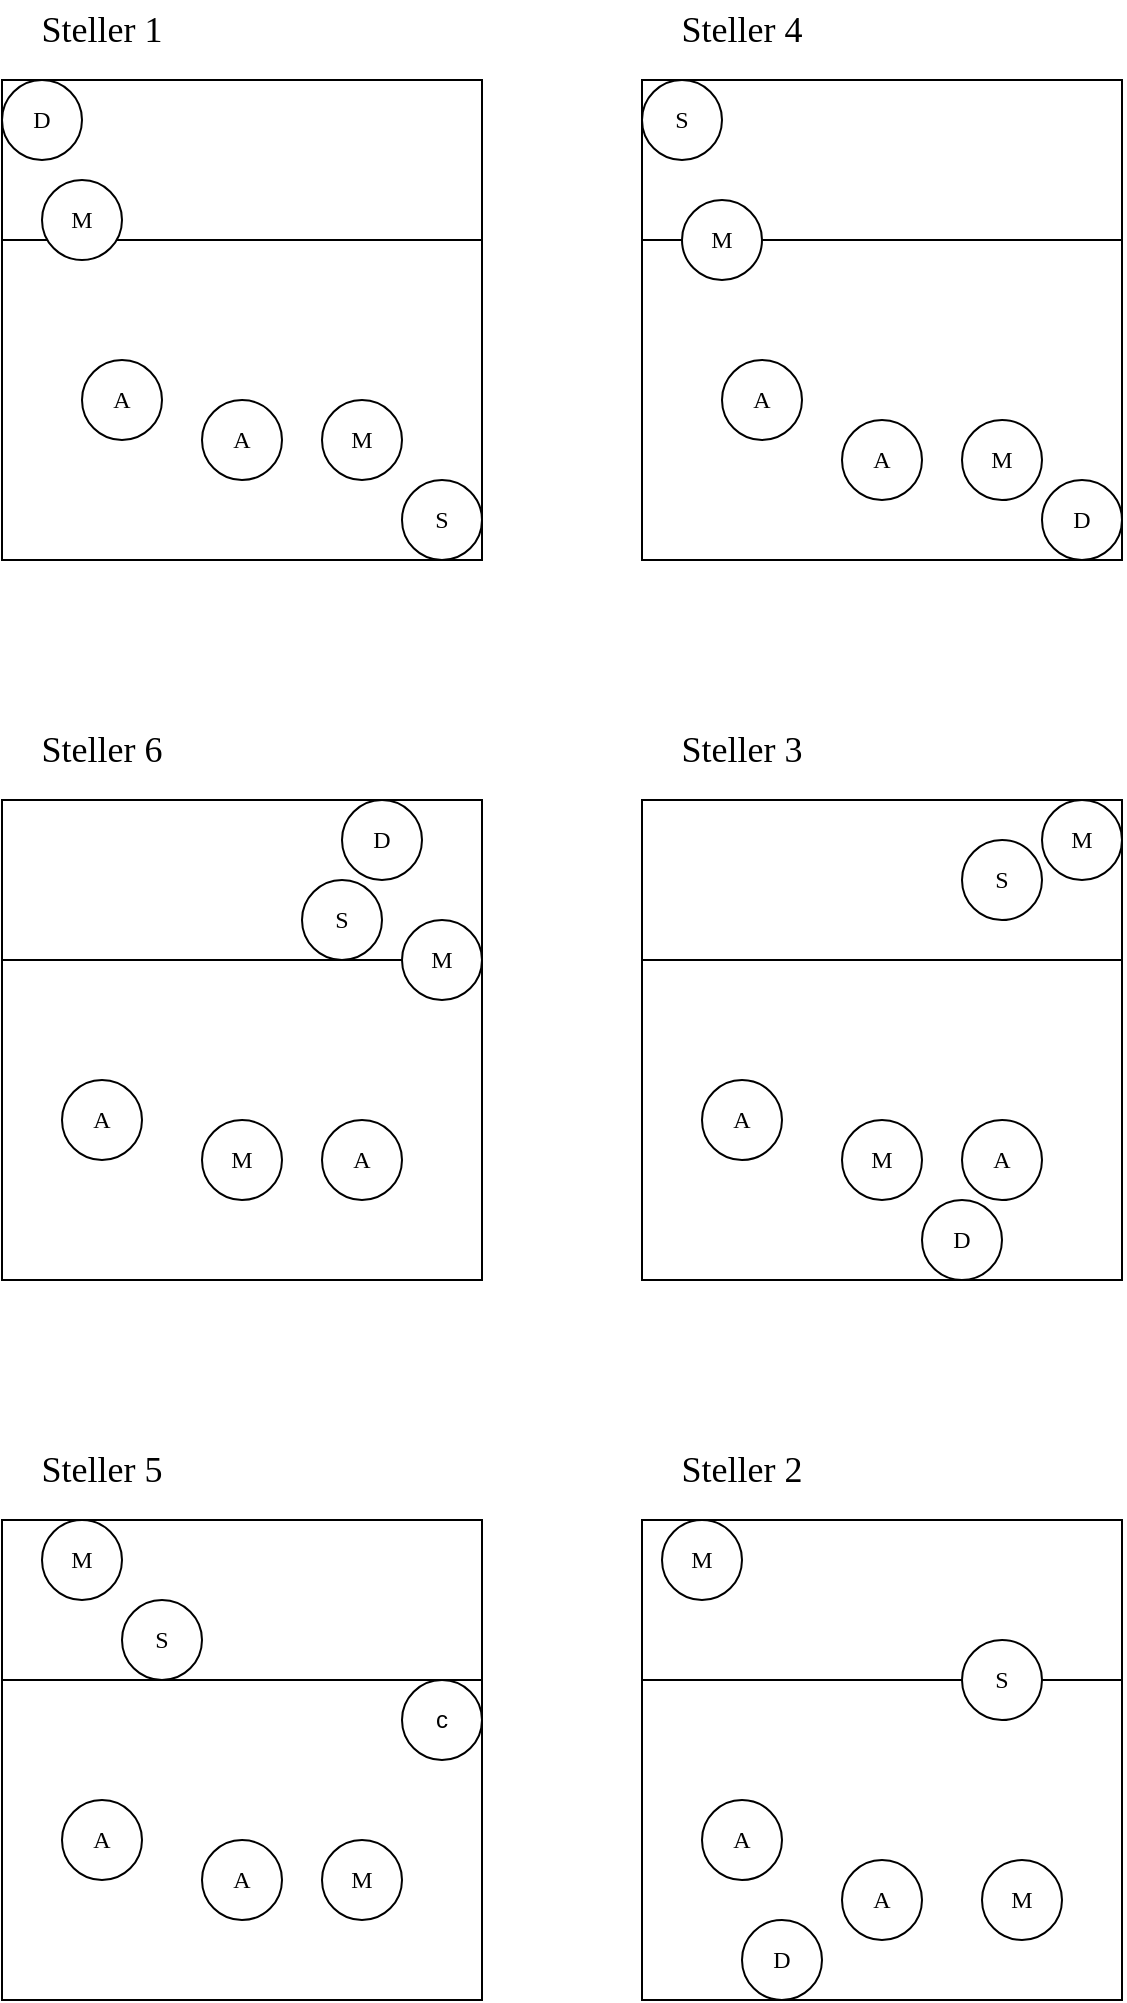
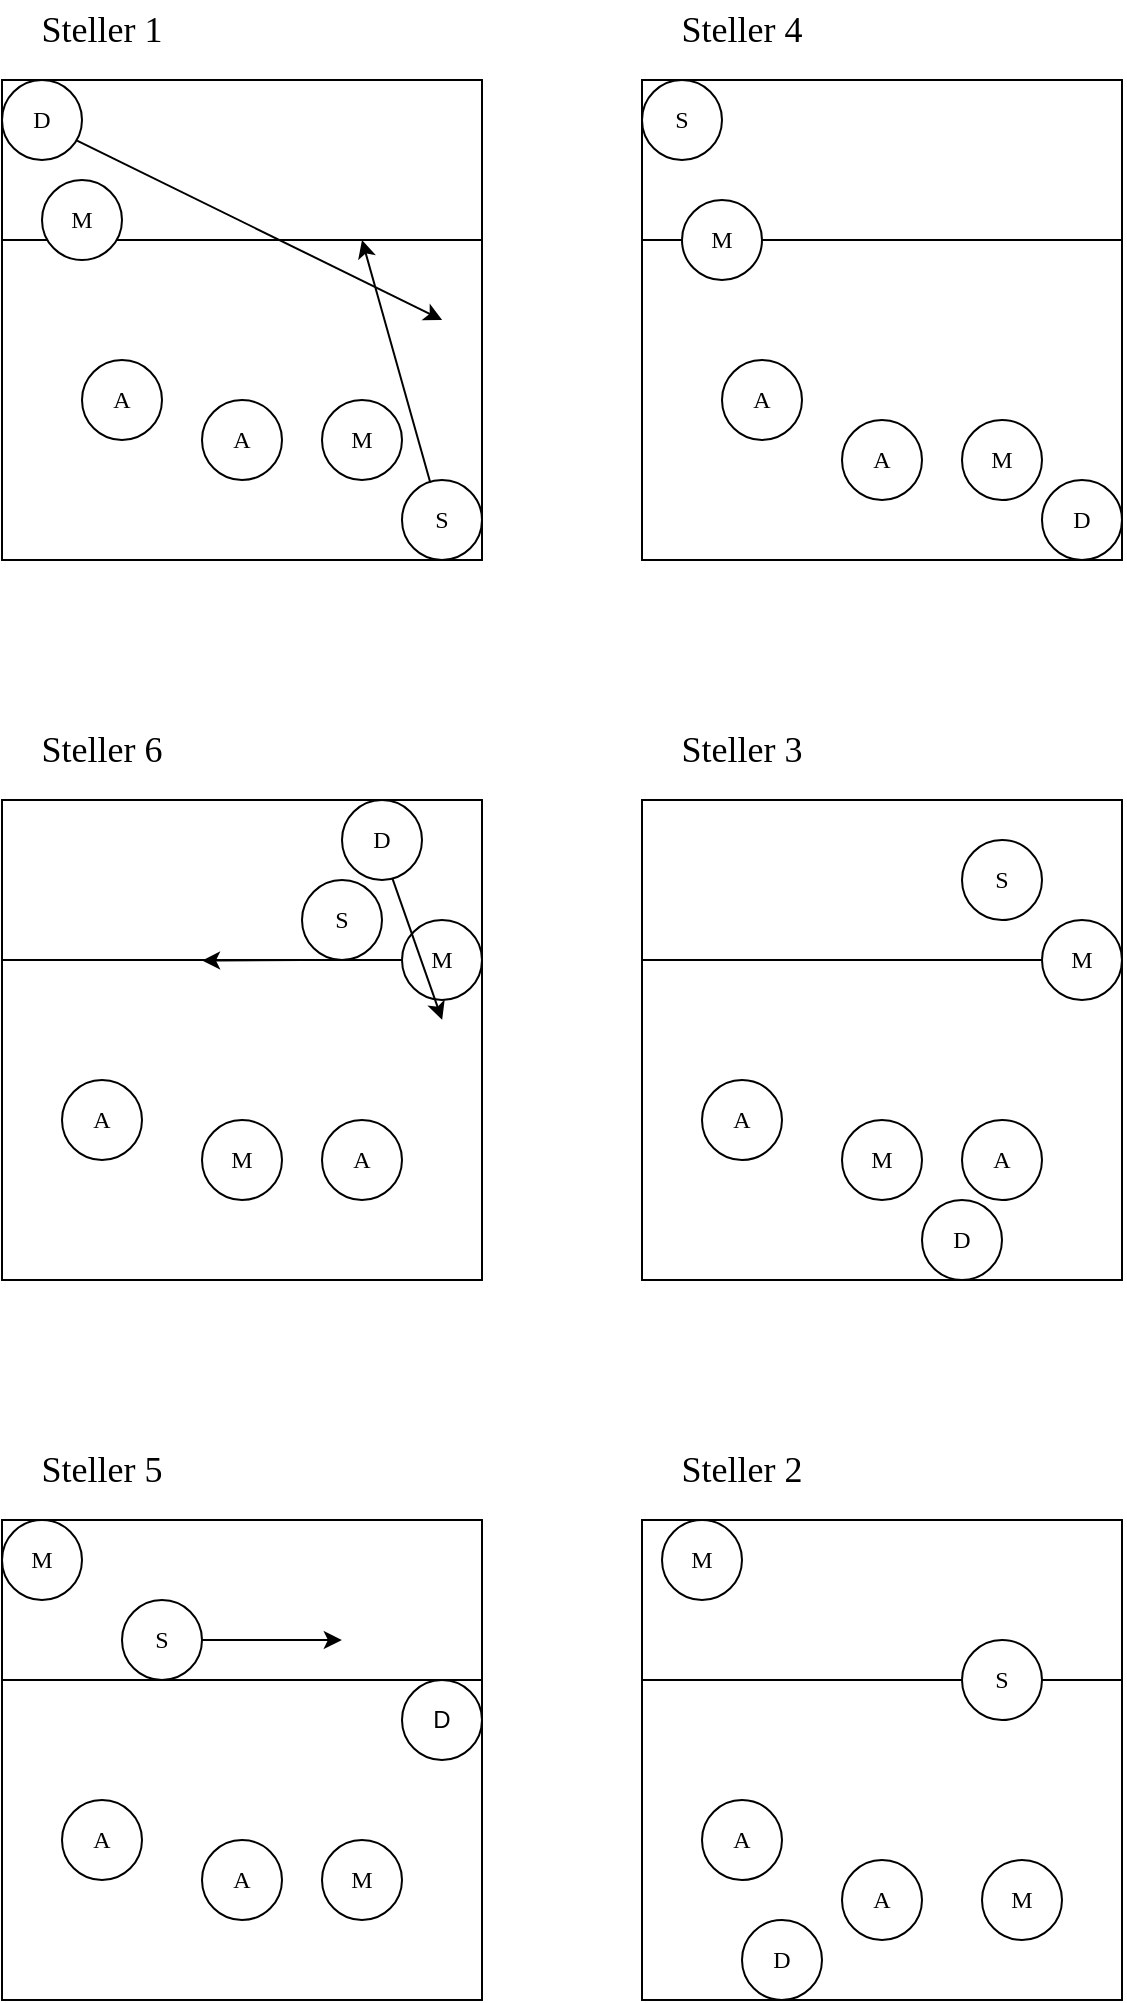
<mxfile host="app.diagrams.net">
  <diagram name="Page-1" id="OZOCQDVCYjE2PKczYgdL">
-     <mxGraphModel dx="1885" dy="1025" grid="1" gridSize="10" guides="1" tooltips="1" connect="1" arrows="1" fold="1" page="1" pageScale="1" pageWidth="827" pageHeight="1169" math="0" shadow="0">
+     <mxGraphModel dx="1230" dy="669" grid="1" gridSize="10" guides="1" tooltips="1" connect="1" arrows="1" fold="1" page="1" pageScale="1" pageWidth="827" pageHeight="1169" math="0" shadow="0">
      <root>
        <mxCell id="0" />
        <mxCell id="1" parent="0" />
        <mxCell id="zb2oqQAUZKD-O9AmmNM2-22" connectable="0" parent="1" style="group" value="" vertex="1">
          <mxGeometry height="280" width="240" x="120" y="80" as="geometry" />
        </mxCell>
        <mxCell id="zb2oqQAUZKD-O9AmmNM2-3" connectable="0" parent="zb2oqQAUZKD-O9AmmNM2-22" style="group" value="" vertex="1">
          <mxGeometry height="240" width="240" y="40" as="geometry" />
        </mxCell>
        <mxCell id="zb2oqQAUZKD-O9AmmNM2-1" parent="zb2oqQAUZKD-O9AmmNM2-3" style="rounded=0;whiteSpace=wrap;html=1;" value="" vertex="1">
          <mxGeometry height="240" width="240" as="geometry" />
        </mxCell>
        <mxCell id="zb2oqQAUZKD-O9AmmNM2-2" edge="1" parent="zb2oqQAUZKD-O9AmmNM2-3" style="endArrow=none;html=1;rounded=0;" value="">
          <mxGeometry height="50" relative="1" width="50" as="geometry">
            <mxPoint y="80" as="sourcePoint" />
            <mxPoint x="240" y="80" as="targetPoint" />
          </mxGeometry>
        </mxCell>
        <mxCell id="zb2oqQAUZKD-O9AmmNM2-33" parent="zb2oqQAUZKD-O9AmmNM2-3" style="ellipse;whiteSpace=wrap;html=1;aspect=fixed;" value="&lt;font face=&quot;Fira Code&quot;&gt;S&lt;/font&gt;" vertex="1">
          <mxGeometry height="40" width="40" x="200" y="200" as="geometry" />
        </mxCell>
+         <mxCell id="AQSm3BmQBUWCDuCb71Ed-35" edge="1" parent="zb2oqQAUZKD-O9AmmNM2-3" source="zb2oqQAUZKD-O9AmmNM2-34" style="rounded=0;orthogonalLoop=1;jettySize=auto;html=1;exitX=0.938;exitY=0.757;exitDx=0;exitDy=0;entryX=0.917;entryY=0.5;entryDx=0;entryDy=0;entryPerimeter=0;strokeColor=light-dark(#000000,#97D077);exitPerimeter=0;" target="zb2oqQAUZKD-O9AmmNM2-1">
+           <mxGeometry relative="1" as="geometry">
+             <mxPoint x="220" y="80" as="targetPoint" />
+           </mxGeometry>
+         </mxCell>
        <mxCell id="zb2oqQAUZKD-O9AmmNM2-34" parent="zb2oqQAUZKD-O9AmmNM2-3" style="ellipse;whiteSpace=wrap;html=1;aspect=fixed;" value="&lt;font face=&quot;Fira Code&quot;&gt;D&lt;/font&gt;" vertex="1">
          <mxGeometry height="40" width="40" as="geometry" />
        </mxCell>
        <mxCell id="zb2oqQAUZKD-O9AmmNM2-38" parent="zb2oqQAUZKD-O9AmmNM2-3" style="ellipse;whiteSpace=wrap;html=1;aspect=fixed;" value="&lt;font face=&quot;Fira Code&quot;&gt;M&lt;/font&gt;" vertex="1">
          <mxGeometry height="40" width="40" x="20" y="50" as="geometry" />
        </mxCell>
        <mxCell id="zb2oqQAUZKD-O9AmmNM2-35" parent="zb2oqQAUZKD-O9AmmNM2-3" style="ellipse;whiteSpace=wrap;html=1;aspect=fixed;" value="&lt;font face=&quot;Fira Code&quot;&gt;A&lt;/font&gt;" vertex="1">
          <mxGeometry height="40" width="40" x="40" y="140" as="geometry" />
        </mxCell>
        <mxCell id="zb2oqQAUZKD-O9AmmNM2-40" parent="zb2oqQAUZKD-O9AmmNM2-3" style="ellipse;whiteSpace=wrap;html=1;aspect=fixed;" value="&lt;font face=&quot;Fira Code&quot;&gt;A&lt;/font&gt;" vertex="1">
          <mxGeometry height="40" width="40" x="100" y="160" as="geometry" />
        </mxCell>
        <mxCell id="zb2oqQAUZKD-O9AmmNM2-41" parent="zb2oqQAUZKD-O9AmmNM2-3" style="ellipse;whiteSpace=wrap;html=1;aspect=fixed;" value="&lt;font face=&quot;Fira Code&quot;&gt;M&lt;/font&gt;" vertex="1">
          <mxGeometry height="40" width="40" x="160" y="160" as="geometry" />
        </mxCell>
        <mxCell id="zb2oqQAUZKD-O9AmmNM2-21" parent="zb2oqQAUZKD-O9AmmNM2-22" style="text;html=1;whiteSpace=wrap;strokeColor=none;fillColor=none;align=center;verticalAlign=middle;rounded=0;" value="&lt;font face=&quot;Fira Code&quot; style=&quot;font-size: 18px;&quot;&gt;Steller 1&lt;/font&gt;" vertex="1">
          <mxGeometry height="30" width="100" as="geometry" />
        </mxCell>
        <mxCell id="zb2oqQAUZKD-O9AmmNM2-24" connectable="0" parent="1" style="group" value="" vertex="1">
          <mxGeometry height="280" width="240" x="120" y="440" as="geometry" />
        </mxCell>
        <mxCell id="zb2oqQAUZKD-O9AmmNM2-4" connectable="0" parent="zb2oqQAUZKD-O9AmmNM2-24" style="group" value="" vertex="1">
          <mxGeometry height="240" width="240" y="40" as="geometry" />
        </mxCell>
        <mxCell id="zb2oqQAUZKD-O9AmmNM2-5" parent="zb2oqQAUZKD-O9AmmNM2-4" style="rounded=0;whiteSpace=wrap;html=1;" value="" vertex="1">
          <mxGeometry height="240" width="240" as="geometry" />
        </mxCell>
        <mxCell id="zb2oqQAUZKD-O9AmmNM2-6" edge="1" parent="zb2oqQAUZKD-O9AmmNM2-4" style="endArrow=none;html=1;rounded=0;" value="">
          <mxGeometry height="50" relative="1" width="50" as="geometry">
            <mxPoint y="80" as="sourcePoint" />
            <mxPoint x="240" y="80" as="targetPoint" />
          </mxGeometry>
        </mxCell>
        <mxCell id="zb2oqQAUZKD-O9AmmNM2-42" parent="zb2oqQAUZKD-O9AmmNM2-4" style="ellipse;whiteSpace=wrap;html=1;aspect=fixed;" value="&lt;font face=&quot;Fira Code&quot;&gt;S&lt;/font&gt;" vertex="1">
          <mxGeometry height="40" width="40" x="150" y="40" as="geometry" />
        </mxCell>
        <mxCell id="zb2oqQAUZKD-O9AmmNM2-43" parent="zb2oqQAUZKD-O9AmmNM2-4" style="ellipse;whiteSpace=wrap;html=1;aspect=fixed;" value="&lt;font face=&quot;Fira Code&quot;&gt;A&lt;/font&gt;" vertex="1">
          <mxGeometry height="40" width="40" x="160" y="160" as="geometry" />
        </mxCell>
        <mxCell id="zb2oqQAUZKD-O9AmmNM2-44" parent="zb2oqQAUZKD-O9AmmNM2-4" style="ellipse;whiteSpace=wrap;html=1;aspect=fixed;" value="&lt;font face=&quot;Fira Code&quot;&gt;M&lt;/font&gt;" vertex="1">
          <mxGeometry height="40" width="40" x="100" y="160" as="geometry" />
        </mxCell>
        <mxCell id="zb2oqQAUZKD-O9AmmNM2-45" parent="zb2oqQAUZKD-O9AmmNM2-4" style="ellipse;whiteSpace=wrap;html=1;aspect=fixed;" value="&lt;font face=&quot;Fira Code&quot;&gt;A&lt;/font&gt;" vertex="1">
          <mxGeometry height="40" width="40" x="30" y="140" as="geometry" />
        </mxCell>
+         <mxCell id="AQSm3BmQBUWCDuCb71Ed-36" edge="1" parent="zb2oqQAUZKD-O9AmmNM2-4" source="zb2oqQAUZKD-O9AmmNM2-46" style="edgeStyle=orthogonalEdgeStyle;rounded=0;orthogonalLoop=1;jettySize=auto;html=1;exitX=0;exitY=0.5;exitDx=0;exitDy=0;fillColor=#60a917;strokeColor=light-dark(#000000,#97D077);">
+           <mxGeometry relative="1" as="geometry">
+             <mxPoint x="100" y="80.30769230769238" as="targetPoint" />
+           </mxGeometry>
+         </mxCell>
        <mxCell id="zb2oqQAUZKD-O9AmmNM2-46" parent="zb2oqQAUZKD-O9AmmNM2-4" style="ellipse;whiteSpace=wrap;html=1;aspect=fixed;" value="&lt;font face=&quot;Fira Code&quot;&gt;M&lt;/font&gt;" vertex="1">
          <mxGeometry height="40" width="40" x="200" y="60" as="geometry" />
        </mxCell>
        <mxCell id="zb2oqQAUZKD-O9AmmNM2-47" parent="zb2oqQAUZKD-O9AmmNM2-4" style="ellipse;whiteSpace=wrap;html=1;aspect=fixed;" value="&lt;font face=&quot;Fira Code&quot;&gt;D&lt;/font&gt;" vertex="1">
          <mxGeometry height="40" width="40" x="170" as="geometry" />
        </mxCell>
+         <mxCell id="AQSm3BmQBUWCDuCb71Ed-39" edge="1" parent="zb2oqQAUZKD-O9AmmNM2-4" source="zb2oqQAUZKD-O9AmmNM2-47" style="endArrow=classic;html=1;rounded=0;entryX=0.917;entryY=0.458;entryDx=0;entryDy=0;entryPerimeter=0;exitX=0.631;exitY=0.983;exitDx=0;exitDy=0;exitPerimeter=0;strokeColor=light-dark(#000000,#97D077);" target="zb2oqQAUZKD-O9AmmNM2-5" value="">
+           <mxGeometry height="50" relative="1" width="50" as="geometry">
+             <mxPoint x="190" y="90" as="sourcePoint" />
+             <mxPoint x="240" y="40" as="targetPoint" />
+           </mxGeometry>
+         </mxCell>
        <mxCell id="zb2oqQAUZKD-O9AmmNM2-23" parent="zb2oqQAUZKD-O9AmmNM2-24" style="text;html=1;whiteSpace=wrap;strokeColor=none;fillColor=none;align=center;verticalAlign=middle;rounded=0;" value="&lt;font face=&quot;Fira Code&quot; style=&quot;font-size: 18px;&quot;&gt;Steller 6&lt;/font&gt;" vertex="1">
          <mxGeometry height="30" width="100" as="geometry" />
        </mxCell>
        <mxCell id="zb2oqQAUZKD-O9AmmNM2-26" connectable="0" parent="1" style="group" value="" vertex="1">
          <mxGeometry height="280" width="240" x="120" y="800" as="geometry" />
        </mxCell>
        <mxCell id="zb2oqQAUZKD-O9AmmNM2-7" connectable="0" parent="zb2oqQAUZKD-O9AmmNM2-26" style="group" value="" vertex="1">
          <mxGeometry height="240" width="240" y="40" as="geometry" />
        </mxCell>
        <mxCell id="zb2oqQAUZKD-O9AmmNM2-8" parent="zb2oqQAUZKD-O9AmmNM2-7" style="rounded=0;whiteSpace=wrap;html=1;" value="" vertex="1">
          <mxGeometry height="240" width="240" as="geometry" />
        </mxCell>
        <mxCell id="zb2oqQAUZKD-O9AmmNM2-9" edge="1" parent="zb2oqQAUZKD-O9AmmNM2-7" style="endArrow=none;html=1;rounded=0;" value="">
          <mxGeometry height="50" relative="1" width="50" as="geometry">
            <mxPoint y="80" as="sourcePoint" />
            <mxPoint x="240" y="80" as="targetPoint" />
          </mxGeometry>
        </mxCell>
        <mxCell id="AQSm3BmQBUWCDuCb71Ed-1" parent="zb2oqQAUZKD-O9AmmNM2-7" style="ellipse;whiteSpace=wrap;html=1;aspect=fixed;direction=south;" value="&lt;font face=&quot;Fira Code&quot;&gt;S&lt;/font&gt;" vertex="1">
          <mxGeometry height="40" width="40" x="60" y="40" as="geometry" />
        </mxCell>
        <mxCell id="AQSm3BmQBUWCDuCb71Ed-2" parent="zb2oqQAUZKD-O9AmmNM2-7" style="ellipse;whiteSpace=wrap;html=1;aspect=fixed;" value="&lt;font face=&quot;Fira Code&quot;&gt;M&lt;/font&gt;" vertex="1">
-           <mxGeometry height="40" width="40" x="20" as="geometry" />
+           <mxGeometry height="40" width="40" as="geometry" />
        </mxCell>
        <mxCell id="AQSm3BmQBUWCDuCb71Ed-3" parent="zb2oqQAUZKD-O9AmmNM2-7" style="ellipse;whiteSpace=wrap;html=1;aspect=fixed;" value="&lt;font face=&quot;Fira Code&quot;&gt;M&lt;/font&gt;" vertex="1">
          <mxGeometry height="40" width="40" x="160" y="160" as="geometry" />
        </mxCell>
        <mxCell id="AQSm3BmQBUWCDuCb71Ed-4" parent="zb2oqQAUZKD-O9AmmNM2-7" style="ellipse;whiteSpace=wrap;html=1;aspect=fixed;" value="&lt;font face=&quot;Fira Code&quot;&gt;A&lt;/font&gt;" vertex="1">
          <mxGeometry height="40" width="40" x="100" y="160" as="geometry" />
        </mxCell>
        <mxCell id="AQSm3BmQBUWCDuCb71Ed-5" parent="zb2oqQAUZKD-O9AmmNM2-7" style="ellipse;whiteSpace=wrap;html=1;aspect=fixed;" value="&lt;font face=&quot;Fira Code&quot;&gt;A&lt;/font&gt;" vertex="1">
          <mxGeometry height="40" width="40" x="30" y="140" as="geometry" />
        </mxCell>
-         <mxCell id="AQSm3BmQBUWCDuCb71Ed-6" parent="zb2oqQAUZKD-O9AmmNM2-7" style="ellipse;whiteSpace=wrap;html=1;aspect=fixed;" value="c" vertex="1">
+         <mxCell id="AQSm3BmQBUWCDuCb71Ed-6" parent="zb2oqQAUZKD-O9AmmNM2-7" style="ellipse;whiteSpace=wrap;html=1;aspect=fixed;" value="D" vertex="1">
          <mxGeometry height="40" width="40" x="200" y="80" as="geometry" />
+         </mxCell>
+         <mxCell id="AQSm3BmQBUWCDuCb71Ed-41" edge="1" parent="zb2oqQAUZKD-O9AmmNM2-7" source="AQSm3BmQBUWCDuCb71Ed-1" style="endArrow=classic;html=1;rounded=0;exitX=0.5;exitY=0;exitDx=0;exitDy=0;entryX=0.708;entryY=0.25;entryDx=0;entryDy=0;entryPerimeter=0;strokeColor=light-dark(#000000,#97D077);" target="zb2oqQAUZKD-O9AmmNM2-8" value="">
+           <mxGeometry height="50" relative="1" width="50" as="geometry">
+             <mxPoint y="60" as="sourcePoint" />
+             <mxPoint x="170" y="80" as="targetPoint" />
+           </mxGeometry>
        </mxCell>
        <mxCell id="zb2oqQAUZKD-O9AmmNM2-25" parent="zb2oqQAUZKD-O9AmmNM2-26" style="text;html=1;whiteSpace=wrap;strokeColor=none;fillColor=none;align=center;verticalAlign=middle;rounded=0;" value="&lt;font face=&quot;Fira Code&quot; style=&quot;font-size: 18px;&quot;&gt;Steller 5&lt;/font&gt;" vertex="1">
          <mxGeometry height="30" width="100" as="geometry" />
        </mxCell>
        <mxCell id="zb2oqQAUZKD-O9AmmNM2-28" connectable="0" parent="1" style="group" value="" vertex="1">
          <mxGeometry height="280" width="240" x="440" y="80" as="geometry" />
        </mxCell>
        <mxCell id="zb2oqQAUZKD-O9AmmNM2-10" connectable="0" parent="zb2oqQAUZKD-O9AmmNM2-28" style="group" value="" vertex="1">
          <mxGeometry height="240" width="240" y="40" as="geometry" />
        </mxCell>
        <mxCell id="zb2oqQAUZKD-O9AmmNM2-11" parent="zb2oqQAUZKD-O9AmmNM2-10" style="rounded=0;whiteSpace=wrap;html=1;" value="" vertex="1">
          <mxGeometry height="240" width="240" as="geometry" />
        </mxCell>
        <mxCell id="zb2oqQAUZKD-O9AmmNM2-12" edge="1" parent="zb2oqQAUZKD-O9AmmNM2-10" style="endArrow=none;html=1;rounded=0;" value="">
          <mxGeometry height="50" relative="1" width="50" as="geometry">
            <mxPoint y="80" as="sourcePoint" />
            <mxPoint x="240" y="80" as="targetPoint" />
          </mxGeometry>
        </mxCell>
        <mxCell id="AQSm3BmQBUWCDuCb71Ed-7" parent="zb2oqQAUZKD-O9AmmNM2-10" style="ellipse;whiteSpace=wrap;html=1;aspect=fixed;" value="&lt;font face=&quot;Fira Code&quot;&gt;S&lt;/font&gt;" vertex="1">
          <mxGeometry height="40" width="40" as="geometry" />
        </mxCell>
        <mxCell id="AQSm3BmQBUWCDuCb71Ed-9" parent="zb2oqQAUZKD-O9AmmNM2-10" style="ellipse;whiteSpace=wrap;html=1;aspect=fixed;" value="&lt;font face=&quot;Fira Code&quot;&gt;D&lt;/font&gt;" vertex="1">
          <mxGeometry height="40" width="40" x="200" y="200" as="geometry" />
        </mxCell>
        <mxCell id="AQSm3BmQBUWCDuCb71Ed-11" parent="zb2oqQAUZKD-O9AmmNM2-10" style="ellipse;whiteSpace=wrap;html=1;aspect=fixed;" value="&lt;font face=&quot;Fira Code&quot;&gt;M&lt;/font&gt;" vertex="1">
          <mxGeometry height="40" width="40" x="20" y="60" as="geometry" />
        </mxCell>
        <mxCell id="AQSm3BmQBUWCDuCb71Ed-12" parent="zb2oqQAUZKD-O9AmmNM2-10" style="ellipse;whiteSpace=wrap;html=1;aspect=fixed;" value="&lt;font face=&quot;Fira Code&quot;&gt;M&lt;/font&gt;" vertex="1">
          <mxGeometry height="40" width="40" x="160" y="170" as="geometry" />
        </mxCell>
        <mxCell id="AQSm3BmQBUWCDuCb71Ed-10" parent="zb2oqQAUZKD-O9AmmNM2-10" style="ellipse;whiteSpace=wrap;html=1;aspect=fixed;" value="&lt;font face=&quot;Fira Code&quot;&gt;A&lt;/font&gt;" vertex="1">
          <mxGeometry height="40" width="40" x="40" y="140" as="geometry" />
        </mxCell>
        <mxCell id="AQSm3BmQBUWCDuCb71Ed-13" parent="zb2oqQAUZKD-O9AmmNM2-10" style="ellipse;whiteSpace=wrap;html=1;aspect=fixed;" value="&lt;font face=&quot;Fira Code&quot;&gt;A&lt;/font&gt;" vertex="1">
          <mxGeometry height="40" width="40" x="100" y="170" as="geometry" />
        </mxCell>
        <mxCell id="zb2oqQAUZKD-O9AmmNM2-27" parent="zb2oqQAUZKD-O9AmmNM2-28" style="text;html=1;whiteSpace=wrap;strokeColor=none;fillColor=none;align=center;verticalAlign=middle;rounded=0;" value="&lt;font face=&quot;Fira Code&quot; style=&quot;font-size: 18px;&quot;&gt;Steller 4&lt;/font&gt;" vertex="1">
          <mxGeometry height="30" width="100" as="geometry" />
        </mxCell>
        <mxCell id="zb2oqQAUZKD-O9AmmNM2-30" connectable="0" parent="1" style="group" value="" vertex="1">
          <mxGeometry height="280" width="240" x="440" y="440" as="geometry" />
        </mxCell>
        <mxCell id="zb2oqQAUZKD-O9AmmNM2-13" connectable="0" parent="zb2oqQAUZKD-O9AmmNM2-30" style="group" value="" vertex="1">
          <mxGeometry height="240" width="240" y="40" as="geometry" />
        </mxCell>
        <mxCell id="zb2oqQAUZKD-O9AmmNM2-14" parent="zb2oqQAUZKD-O9AmmNM2-13" style="rounded=0;whiteSpace=wrap;html=1;" value="" vertex="1">
          <mxGeometry height="240" width="240" as="geometry" />
        </mxCell>
        <mxCell id="zb2oqQAUZKD-O9AmmNM2-15" edge="1" parent="zb2oqQAUZKD-O9AmmNM2-13" style="endArrow=none;html=1;rounded=0;" value="">
          <mxGeometry height="50" relative="1" width="50" as="geometry">
            <mxPoint y="80" as="sourcePoint" />
            <mxPoint x="240" y="80" as="targetPoint" />
          </mxGeometry>
        </mxCell>
        <mxCell id="AQSm3BmQBUWCDuCb71Ed-14" parent="zb2oqQAUZKD-O9AmmNM2-13" style="ellipse;whiteSpace=wrap;html=1;aspect=fixed;" value="&lt;font face=&quot;Fira Code&quot;&gt;S&lt;/font&gt;" vertex="1">
          <mxGeometry height="40" width="40" x="160" y="20" as="geometry" />
        </mxCell>
        <mxCell id="AQSm3BmQBUWCDuCb71Ed-15" parent="zb2oqQAUZKD-O9AmmNM2-13" style="ellipse;whiteSpace=wrap;html=1;aspect=fixed;" value="&lt;font face=&quot;Fira Code&quot;&gt;D&lt;/font&gt;" vertex="1">
          <mxGeometry height="40" width="40" x="140" y="200" as="geometry" />
        </mxCell>
        <mxCell id="AQSm3BmQBUWCDuCb71Ed-16" parent="zb2oqQAUZKD-O9AmmNM2-13" style="ellipse;whiteSpace=wrap;html=1;aspect=fixed;" value="&lt;font face=&quot;Fira Code&quot;&gt;A&lt;/font&gt;" vertex="1">
          <mxGeometry height="40" width="40" x="160" y="160" as="geometry" />
        </mxCell>
        <mxCell id="AQSm3BmQBUWCDuCb71Ed-17" parent="zb2oqQAUZKD-O9AmmNM2-13" style="ellipse;whiteSpace=wrap;html=1;aspect=fixed;" value="&lt;font face=&quot;Fira Code&quot;&gt;M&lt;/font&gt;" vertex="1">
          <mxGeometry height="40" width="40" x="100" y="160" as="geometry" />
        </mxCell>
        <mxCell id="AQSm3BmQBUWCDuCb71Ed-18" parent="zb2oqQAUZKD-O9AmmNM2-13" style="ellipse;whiteSpace=wrap;html=1;aspect=fixed;" value="&lt;font face=&quot;Fira Code&quot;&gt;M&lt;/font&gt;" vertex="1">
-           <mxGeometry height="40" width="40" x="200" as="geometry" />
+           <mxGeometry height="40" width="40" x="200" y="60" as="geometry" />
        </mxCell>
        <mxCell id="AQSm3BmQBUWCDuCb71Ed-20" parent="zb2oqQAUZKD-O9AmmNM2-13" style="ellipse;whiteSpace=wrap;html=1;aspect=fixed;" value="&lt;font face=&quot;Fira Code&quot;&gt;A&lt;/font&gt;" vertex="1">
          <mxGeometry height="40" width="40" x="30" y="140" as="geometry" />
        </mxCell>
        <mxCell id="zb2oqQAUZKD-O9AmmNM2-29" parent="zb2oqQAUZKD-O9AmmNM2-30" style="text;html=1;whiteSpace=wrap;strokeColor=none;fillColor=none;align=center;verticalAlign=middle;rounded=0;" value="&lt;font face=&quot;Fira Code&quot; style=&quot;font-size: 18px;&quot;&gt;Steller 3&lt;/font&gt;" vertex="1">
          <mxGeometry height="30" width="100" as="geometry" />
        </mxCell>
        <mxCell id="zb2oqQAUZKD-O9AmmNM2-32" connectable="0" parent="1" style="group" value="" vertex="1">
          <mxGeometry height="280" width="240" x="440" y="800" as="geometry" />
        </mxCell>
        <mxCell id="zb2oqQAUZKD-O9AmmNM2-16" connectable="0" parent="zb2oqQAUZKD-O9AmmNM2-32" style="group" value="" vertex="1">
          <mxGeometry height="240" width="240" y="40" as="geometry" />
        </mxCell>
        <mxCell id="zb2oqQAUZKD-O9AmmNM2-17" parent="zb2oqQAUZKD-O9AmmNM2-16" style="rounded=0;whiteSpace=wrap;html=1;" value="" vertex="1">
          <mxGeometry height="240" width="240" as="geometry" />
        </mxCell>
        <mxCell id="zb2oqQAUZKD-O9AmmNM2-18" edge="1" parent="zb2oqQAUZKD-O9AmmNM2-16" style="endArrow=none;html=1;rounded=0;" value="">
          <mxGeometry height="50" relative="1" width="50" as="geometry">
            <mxPoint y="80" as="sourcePoint" />
            <mxPoint x="240" y="80" as="targetPoint" />
          </mxGeometry>
        </mxCell>
        <mxCell id="AQSm3BmQBUWCDuCb71Ed-26" parent="zb2oqQAUZKD-O9AmmNM2-16" style="ellipse;whiteSpace=wrap;html=1;aspect=fixed;" value="&lt;font face=&quot;Fira Code&quot;&gt;S&lt;/font&gt;" vertex="1">
          <mxGeometry height="40" width="40" x="160" y="60" as="geometry" />
        </mxCell>
        <mxCell id="AQSm3BmQBUWCDuCb71Ed-28" parent="zb2oqQAUZKD-O9AmmNM2-16" style="ellipse;whiteSpace=wrap;html=1;aspect=fixed;" value="&lt;font face=&quot;Fira Code&quot;&gt;M&lt;/font&gt;" vertex="1">
          <mxGeometry height="40" width="40" x="170" y="170" as="geometry" />
        </mxCell>
        <mxCell id="AQSm3BmQBUWCDuCb71Ed-29" parent="zb2oqQAUZKD-O9AmmNM2-16" style="ellipse;whiteSpace=wrap;html=1;aspect=fixed;" value="&lt;font face=&quot;Fira Code&quot;&gt;D&lt;/font&gt;" vertex="1">
          <mxGeometry height="40" width="40" x="50" y="200" as="geometry" />
        </mxCell>
        <mxCell id="AQSm3BmQBUWCDuCb71Ed-30" parent="zb2oqQAUZKD-O9AmmNM2-16" style="ellipse;whiteSpace=wrap;html=1;aspect=fixed;" value="&lt;font face=&quot;Fira Code&quot;&gt;A&lt;/font&gt;" vertex="1">
          <mxGeometry height="40" width="40" x="100" y="170" as="geometry" />
        </mxCell>
        <mxCell id="AQSm3BmQBUWCDuCb71Ed-31" parent="zb2oqQAUZKD-O9AmmNM2-16" style="ellipse;whiteSpace=wrap;html=1;aspect=fixed;" value="&lt;font face=&quot;Fira Code&quot;&gt;A&lt;/font&gt;" vertex="1">
          <mxGeometry height="40" width="40" x="30" y="140" as="geometry" />
        </mxCell>
        <mxCell id="AQSm3BmQBUWCDuCb71Ed-33" parent="zb2oqQAUZKD-O9AmmNM2-16" style="ellipse;whiteSpace=wrap;html=1;aspect=fixed;" value="&lt;font face=&quot;Fira Code&quot;&gt;M&lt;/font&gt;" vertex="1">
          <mxGeometry height="40" width="40" x="10" as="geometry" />
        </mxCell>
        <mxCell id="zb2oqQAUZKD-O9AmmNM2-31" parent="zb2oqQAUZKD-O9AmmNM2-32" style="text;html=1;whiteSpace=wrap;strokeColor=none;fillColor=none;align=center;verticalAlign=middle;rounded=0;" value="&lt;font face=&quot;Fira Code&quot; style=&quot;font-size: 18px;&quot;&gt;Steller 2&lt;/font&gt;" vertex="1">
          <mxGeometry height="30" width="100" as="geometry" />
+         </mxCell>
+         <mxCell id="AQSm3BmQBUWCDuCb71Ed-34" edge="1" parent="1" source="zb2oqQAUZKD-O9AmmNM2-33" style="endArrow=classic;html=1;rounded=0;exitX=0.354;exitY=0.034;exitDx=0;exitDy=0;strokeColor=light-dark(#000000,#97D077);exitPerimeter=0;" value="">
+           <mxGeometry height="50" relative="1" width="50" as="geometry">
+             <mxPoint x="40" y="420" as="sourcePoint" />
+             <mxPoint x="300" y="200" as="targetPoint" />
+           </mxGeometry>
        </mxCell>
      </root>
    </mxGraphModel>
  </diagram>
</mxfile>
